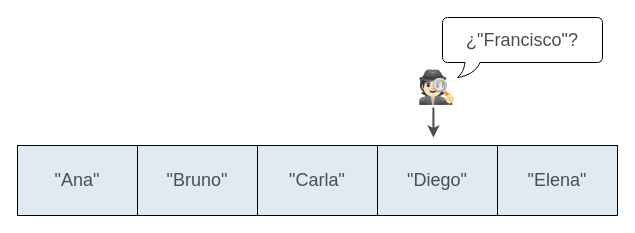
The draw.io diagram page "paso_3" (4 of 6) of teoria/04_estructuras_y_algoritmos/imgs/arreglo_conjunto_insercion.drawio in ee-unr/programacion-2, before the edit. Source tidied: cells renumbered, new cells numbered last; positions are measured from the earlier drawing's top-left corner, leaving out a move shared by most shapes. Both pictures are drawn from the tidied source at 100%, with x=0, y=0 at pixel (17, 17). Pictures stored in the file or linked from it are replaced by grey dashed boxes.
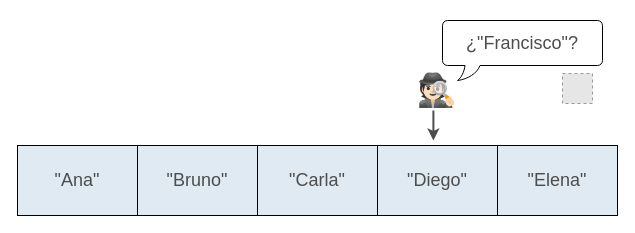
The same diagram, later.

What changed in the source:
```diff
@@
 <mxGraphModel>
   <root>
     <mxCell id="0" />
     <mxCell id="1" parent="0" />
     <mxCell id="2" value="&lt;span style=&quot;color: rgb(77, 77, 77); font-family: &amp;quot;Cascadia Code&amp;quot;;&quot;&gt;&lt;font style=&quot;font-size: 18px;&quot;&gt;&quot;Bruno&quot;&lt;/font&gt;&lt;/span&gt;" style="rounded=0;whiteSpace=wrap;html=1;strokeWidth=1;fillColor=#DFEAF2;" parent="1" vertex="1">
       <mxGeometry x="120" y="128" width="120" height="70" as="geometry" />
     </mxCell>
     <mxCell id="3" value="&lt;span style=&quot;color: rgb(77, 77, 77); font-family: &amp;quot;Cascadia Code&amp;quot;;&quot;&gt;&lt;font style=&quot;font-size: 18px;&quot;&gt;&quot;Carla&quot;&lt;/font&gt;&lt;/span&gt;" style="rounded=0;whiteSpace=wrap;html=1;strokeWidth=1;fillColor=#DFEAF2;" parent="1" vertex="1">
       <mxGeometry x="240" y="128" width="120" height="70" as="geometry" />
     </mxCell>
     <mxCell id="4" value="&lt;span style=&quot;color: rgb(77, 77, 77); font-family: &amp;quot;Cascadia Code&amp;quot;;&quot;&gt;&lt;font style=&quot;font-size: 18px;&quot;&gt;&quot;Diego&quot;&lt;/font&gt;&lt;/span&gt;" style="rounded=0;whiteSpace=wrap;html=1;strokeWidth=1;fillColor=#DFEAF2;" parent="1" vertex="1">
       <mxGeometry x="360" y="128" width="120" height="70" as="geometry" />
     </mxCell>
     <mxCell id="5" value="&lt;span style=&quot;color: rgb(77, 77, 77); font-family: &amp;quot;Cascadia Code&amp;quot;;&quot;&gt;&lt;font style=&quot;font-size: 18px;&quot;&gt;&quot;Elena&quot;&lt;/font&gt;&lt;/span&gt;" style="rounded=0;whiteSpace=wrap;html=1;strokeWidth=1;fillColor=#DFEAF2;" parent="1" vertex="1">
       <mxGeometry x="480" y="128" width="120" height="70" as="geometry" />
     </mxCell>
     <mxCell id="6" value="&lt;span style=&quot;color: rgb(77, 77, 77); font-family: &amp;quot;Cascadia Code&amp;quot;;&quot;&gt;&lt;font style=&quot;font-size: 18px;&quot;&gt;&quot;Ana&quot;&lt;/font&gt;&lt;/span&gt;" style="rounded=0;whiteSpace=wrap;html=1;strokeWidth=1;fillColor=#DFEAF2;" parent="1" vertex="1">
       <mxGeometry y="128" width="120" height="70" as="geometry" />
     </mxCell>
-    <mxCell id="7" style="group;" parent="1" vertex="1">
-      <mxGeometry x="385" width="200" height="120" as="geometry" />
-    </mxCell>
+    <mxCell id="12" style="group;" parent="1" vertex="1">
+      <mxGeometry x="385" y="3" width="200" height="120" as="geometry" />
+    </mxCell>
-    <mxCell id="8" style="group;" parent="7" vertex="1">
+    <mxCell id="8" style="group;" parent="12" vertex="1">
       <mxGeometry width="200" height="100" as="geometry" />
     </mxCell>
     <mxCell id="9" value="&lt;font style=&quot;font-size: 32px;&quot;&gt;🕵🏻&lt;/font&gt;" style="text;html=1;align=center;verticalAlign=middle;whiteSpace=wrap;rounded=0;" parent="8" vertex="1">
       <mxGeometry y="40" width="70" height="60" as="geometry" />
     </mxCell>
     <mxCell id="10" value="&lt;font style=&quot;color: rgb(77, 77, 77);&quot;&gt;&lt;span style=&quot;font-family: &amp;quot;Cascadia Code&amp;quot;; font-size: 18px;&quot;&gt;¿&lt;/span&gt;&lt;font style=&quot;font-family: &amp;quot;Cascadia Code&amp;quot;; font-size: 18px; color: rgb(77, 77, 77);&quot;&gt;&quot;Francisco&quot;&lt;/font&gt;&lt;span style=&quot;font-family: &amp;quot;Cascadia Code&amp;quot;; font-size: 18px;&quot;&gt;?&lt;/span&gt;&lt;/font&gt;" style="whiteSpace=wrap;html=1;shape=mxgraph.basic.roundRectCallout;dx=30;dy=15;size=5;boundedLbl=1;" parent="8" vertex="1">
       <mxGeometry x="40" width="160" height="60" as="geometry" />
     </mxCell>
-    <mxCell id="11" style="endArrow=classic;html=1;rounded=0;strokeWidth=2;strokeColor=#4D4D4D;" parent="7" edge="1">
-      <mxGeometry relative="1" as="geometry">
-        <mxPoint x="30.9" y="90" as="sourcePoint" />
-        <mxPoint x="30.9" y="120" as="targetPoint" />
-      </mxGeometry>
-    </mxCell>
+    <mxCell id="13" style="fillColor=#E6E6E6;strokeColor=#999999;dashed=1;verticalLabelPosition=bottom;labelBackgroundColor=default;verticalAlign=top;" parent="8" vertex="1">
+      <mxGeometry x="160" y="53" width="30" height="30" as="geometry" />
+    </mxCell>
+    <mxCell id="14" style="endArrow=classic;html=1;rounded=0;strokeWidth=2;strokeColor=#4D4D4D;" parent="12" edge="1">
+      <mxGeometry relative="1" as="geometry">
+        <mxPoint x="30.9" y="90" as="sourcePoint" />
+        <mxPoint x="30.9" y="120" as="targetPoint" />
+      </mxGeometry>
+    </mxCell>
   </root>
 </mxGraphModel>
```
